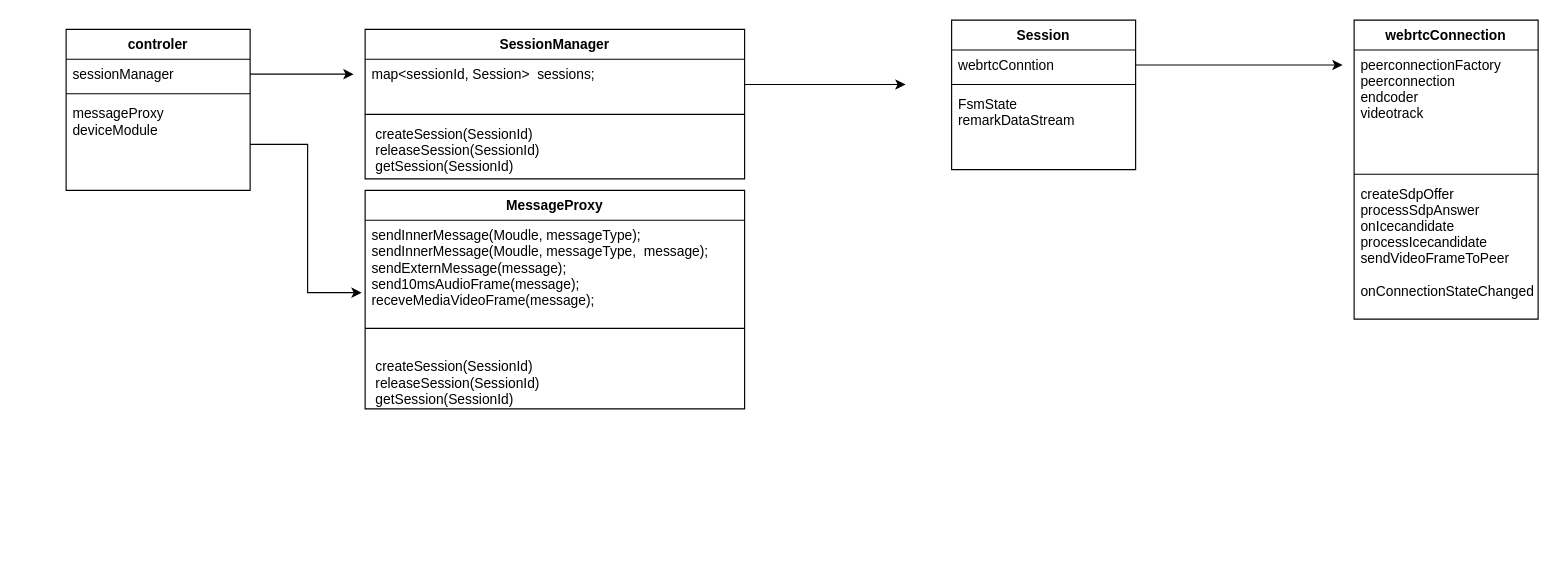
a714739257/workspace keeps this draw.io diagram as diagram/重构uml.drawio. Above is the earlier version. Source tidied: cells renumbered, new cells numbered last; positions are measured from the earlier drawing's top-left corner, leaving out a move shared by most shapes. Both pictures are drawn from the tidied source at 115%, with x=0, y=0 at pixel (66, 20).
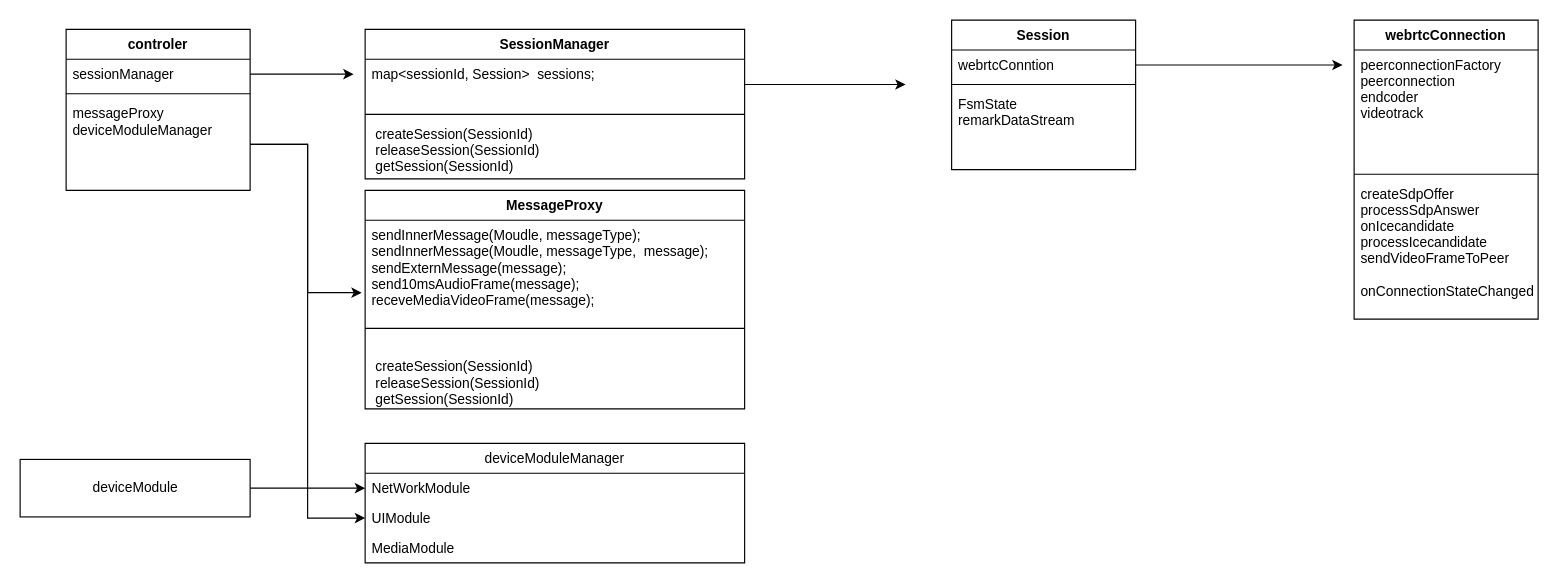
The same page after the edit.

Unchanged cells that the change refers to:
```xml
<mxCell id="2" value="controler" style="swimlane;fontStyle=1;align=center;verticalAlign=top;horizontal=1;startSize=26;" parent="1" vertex="1">
  <mxGeometry y="8" width="160" height="140" as="geometry" />
</mxCell>
```

The edit, as a diff of the source:
```diff
@@
-    <mxCell id="5" value="messageProxy&#10;deviceModule" style="text;strokeColor=none;fillColor=none;align=left;verticalAlign=top;spacingLeft=4;spacingRight=4;overflow=hidden;points=[[0,0.5],[1,0.5]];portConstraint=eastwest;" parent="2" vertex="1">
+    <mxCell id="5" value="messageProxy&#10;deviceModuleManager" style="text;strokeColor=none;fillColor=none;align=left;verticalAlign=top;spacingLeft=4;spacingRight=4;overflow=hidden;points=[[0,0.5],[1,0.5]];portConstraint=eastwest;" parent="2" vertex="1">
       <mxGeometry y="60" width="160" height="80" as="geometry" />
     </mxCell>
@@
+    <mxCell id="26" value="deviceModuleManager" style="swimlane;fontStyle=0;horizontal=1;startSize=26;fillColor=none;" parent="1" vertex="1">
+      <mxGeometry x="260" y="368" width="330" height="104" as="geometry" />
+    </mxCell>
+    <mxCell id="27" value="NetWorkModule" style="text;strokeColor=none;fillColor=none;align=left;verticalAlign=top;spacingLeft=4;spacingRight=4;overflow=hidden;points=[[0,0.5],[1,0.5]];portConstraint=eastwest;" parent="26" vertex="1">
+      <mxGeometry y="26" width="330" height="26" as="geometry" />
+    </mxCell>
+    <mxCell id="28" value="UIModule" style="text;strokeColor=none;fillColor=none;align=left;verticalAlign=top;spacingLeft=4;spacingRight=4;overflow=hidden;points=[[0,0.5],[1,0.5]];portConstraint=eastwest;" parent="26" vertex="1">
+      <mxGeometry y="52" width="330" height="26" as="geometry" />
+    </mxCell>
+    <mxCell id="29" value="MediaModule" style="text;strokeColor=none;fillColor=none;align=left;verticalAlign=top;spacingLeft=4;spacingRight=4;overflow=hidden;" parent="26" vertex="1">
+      <mxGeometry y="78" width="330" height="26" as="geometry" />
+    </mxCell>
+    <mxCell id="30" style="edgeStyle=orthogonalEdgeStyle;rounded=0;jettySize=auto;html=1;exitX=1;exitY=0.5;exitDx=0;exitDy=0;entryX=0;entryY=0.5;entryDx=0;entryDy=0;" parent="1" edge="1" source="5" target="28">
+      <mxGeometry relative="1" as="geometry" />
+    </mxCell>
+    <mxCell id="31" style="edgeStyle=orthogonalEdgeStyle;rounded=0;jettySize=auto;html=1;exitX=1;exitY=0.5;exitDx=0;exitDy=0;entryX=0;entryY=0.5;entryDx=0;entryDy=0;" parent="1" edge="1" source="32" target="27">
+      <mxGeometry relative="1" as="geometry" />
+    </mxCell>
+    <mxCell id="32" value="deviceModule" style="html=1;" parent="1" vertex="1">
+      <mxGeometry x="-40" y="382" width="200" height="50" as="geometry" />
+    </mxCell>
```
